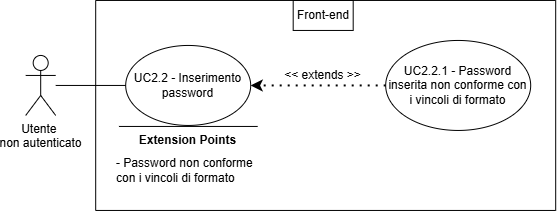
The draw.io diagram assets/diagrams/UC2_2.png in SkarabGroup/DocumentazioneProgetto, before a commit. Source tidied: cells renumbered, new cells last; positions are measured from the earlier drawing's top-left corner, leaving out a move shared by most shapes.
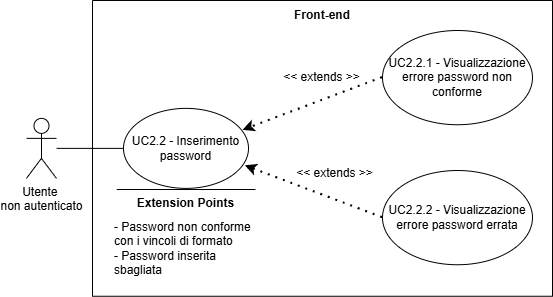
The same diagram one commit later.

The edit, as a diff of the source:
```diff
@@ -2,41 +2,50 @@
   <root>
     <mxCell id="0" />
     <mxCell id="1" parent="0" />
+    <mxCell id="13" style="swimlane;startSize=0;" parent="1" vertex="1">
+      <mxGeometry x="66.2" y="-62.9" width="460" height="295.8" as="geometry" />
+    </mxCell>
+    <mxCell id="14" value="UC2.2.1 - Visualizzazione errore password non conforme" style="ellipse;whiteSpace=wrap;html=1;" parent="13" vertex="1">
+      <mxGeometry x="290" y="30" width="150" height="94.2" as="geometry" />
+    </mxCell>
+    <mxCell id="15" style="endArrow=classic;dashed=1;html=1;dashPattern=1 3;strokeWidth=2;rounded=0;entryX=0.956;entryY=0.274;entryDx=0;entryDy=0;exitX=0;exitY=0.5;exitDx=0;exitDy=0;strokeColor=default;curved=0;endFill=1;endSize=6;entryPerimeter=0;" parent="13" edge="1" source="14" target="4">
+      <mxGeometry relative="1" as="geometry" />
+    </mxCell>
+    <mxCell id="16" value="&lt;div&gt;&amp;lt;&amp;lt; extends &amp;gt;&amp;gt;&lt;/div&gt;" style="text;html=1;whiteSpace=wrap;strokeColor=none;fillColor=none;align=center;verticalAlign=middle;rounded=0;" parent="13" vertex="1">
+      <mxGeometry x="182.5" y="62.1" width="95" height="30" as="geometry" />
+    </mxCell>
+    <mxCell id="11" value="Front-end" style="text;html=1;whiteSpace=wrap;strokeColor=none;fillColor=none;align=center;verticalAlign=middle;rounded=0;perimeterSpacing=1;fontStyle=1;" parent="13" vertex="1">
+      <mxGeometry x="200" width="60" height="30" as="geometry" />
+    </mxCell>
+    <mxCell id="4" value="UC2.2 - Inserimento password" style="ellipse;whiteSpace=wrap;html=1;" parent="13" vertex="1">
+      <mxGeometry x="31" y="107.9" width="125" height="80" as="geometry" />
+    </mxCell>
+    <mxCell id="17" value="UC2.2.2 - Visualizzazione errore password errata" style="ellipse;whiteSpace=wrap;html=1;" parent="13" vertex="1">
+      <mxGeometry x="290" y="170" width="150" height="94.2" as="geometry" />
+    </mxCell>
+    <mxCell id="18" style="endArrow=classic;dashed=1;html=1;dashPattern=1 3;strokeWidth=2;rounded=0;entryX=0.974;entryY=0.718;entryDx=0;entryDy=0;exitX=0;exitY=0.5;exitDx=0;exitDy=0;strokeColor=default;curved=0;endFill=1;endSize=6;entryPerimeter=0;" parent="13" edge="1" source="17" target="4">
+      <mxGeometry relative="1" as="geometry" />
+    </mxCell>
+    <mxCell id="19" value="&lt;div&gt;&amp;lt;&amp;lt; extends &amp;gt;&amp;gt;&lt;/div&gt;" style="text;html=1;whiteSpace=wrap;strokeColor=none;fillColor=none;align=center;verticalAlign=middle;rounded=0;" parent="13" vertex="1">
+      <mxGeometry x="195" y="157.9" width="95" height="30" as="geometry" />
+    </mxCell>
     <mxCell id="2" value="&lt;div&gt;Utente&amp;nbsp;&lt;/div&gt;&lt;div&gt;non autenticato&lt;/div&gt;" style="shape=umlActor;verticalLabelPosition=bottom;verticalAlign=top;html=1;outlineConnect=0;" parent="1" vertex="1">
       <mxGeometry x="0.2" y="55" width="30" height="60" as="geometry" />
     </mxCell>
-    <mxCell id="3" style="swimlane;startSize=0;" parent="1" vertex="1">
-      <mxGeometry x="70.2" width="460" height="210" as="geometry" />
-    </mxCell>
-    <mxCell id="4" value="&lt;div&gt;UC2.2 - Inserimento password&lt;/div&gt;" style="ellipse;whiteSpace=wrap;html=1;" parent="3" vertex="1">
-      <mxGeometry x="30" y="45" width="125" height="80" as="geometry" />
-    </mxCell>
-    <mxCell id="5" value="UC2.2.1 - Password inserita non conforme con i vincoli di formato" style="ellipse;whiteSpace=wrap;html=1;" parent="3" vertex="1">
-      <mxGeometry x="290" y="40" width="145" height="90" as="geometry" />
-    </mxCell>
-    <mxCell id="6" style="endArrow=classic;dashed=1;html=1;dashPattern=1 3;strokeWidth=2;rounded=0;entryX=1;entryY=0.5;entryDx=0;entryDy=0;strokeColor=default;curved=0;endFill=1;endSize=6;" parent="3" edge="1" source="5" target="4">
-      <mxGeometry relative="1" as="geometry" />
-    </mxCell>
-    <mxCell id="7" value="&lt;div&gt;&amp;lt;&amp;lt; extends &amp;gt;&amp;gt;&lt;/div&gt;" style="text;html=1;whiteSpace=wrap;strokeColor=none;fillColor=none;align=center;verticalAlign=middle;rounded=0;" parent="3" vertex="1">
-      <mxGeometry x="180" y="60" width="95" height="30" as="geometry" />
-    </mxCell>
-    <mxCell id="8" style="endArrow=none;html=1;rounded=0;" parent="3" edge="1">
-      <mxGeometry relative="1" as="geometry">
-        <mxPoint x="162" y="126" as="sourcePoint" />
-        <mxPoint x="23.2" y="126" as="targetPoint" />
-      </mxGeometry>
-    </mxCell>
+    <mxCell id="12" style="endArrow=none;html=1;rounded=0;entryX=0;entryY=0.5;entryDx=0;entryDy=0;" parent="1" edge="1" source="2" target="4">
+      <mxGeometry relative="1" as="geometry" />
+    </mxCell>
+    <mxCell id="20" style="endArrow=none;html=1;rounded=0;" parent="1" edge="1">
+      <mxGeometry relative="1" as="geometry">
+        <mxPoint x="229.2" y="126.1" as="sourcePoint" />
+        <mxPoint x="90.5" y="126.1" as="targetPoint" />
+      </mxGeometry>
+    </mxCell>
-    <mxCell id="9" value="&lt;b&gt;Extension Points&lt;/b&gt;" style="text;html=1;whiteSpace=wrap;strokeColor=none;fillColor=none;align=center;verticalAlign=middle;rounded=0;strokeWidth=5;" parent="3" vertex="1">
-      <mxGeometry x="35" y="125" width="115" height="30" as="geometry" />
+    <mxCell id="9" value="&lt;b&gt;Extension Points&lt;/b&gt;" style="text;html=1;whiteSpace=wrap;strokeColor=none;fillColor=none;align=center;verticalAlign=middle;rounded=0;strokeWidth=5;" parent="1" vertex="1">
+      <mxGeometry x="102.2" y="125.1" width="115" height="30" as="geometry" />
     </mxCell>
-    <mxCell id="10" value="&lt;div align=&quot;left&quot;&gt;- Password non conforme con i vincoli di formato&lt;/div&gt;" style="text;html=1;whiteSpace=wrap;strokeColor=none;fillColor=none;align=left;verticalAlign=middle;rounded=0;" parent="3" vertex="1">
-      <mxGeometry x="19" y="125" width="147" height="90" as="geometry" />
-    </mxCell>
-    <mxCell id="11" value="Front-end" style="text;html=1;whiteSpace=wrap;strokeColor=default;fillColor=none;align=center;verticalAlign=middle;rounded=0;perimeterSpacing=1;" parent="3" vertex="1">
-      <mxGeometry x="197.5" width="60" height="30" as="geometry" />
-    </mxCell>
-    <mxCell id="12" style="endArrow=none;html=1;rounded=0;entryX=0;entryY=0.5;entryDx=0;entryDy=0;" parent="1" edge="1" source="2" target="4">
-      <mxGeometry relative="1" as="geometry" />
-    </mxCell>
+    <mxCell id="21" value="&lt;div align=&quot;left&quot;&gt;- Password non conforme con i vincoli di formato&lt;/div&gt;&lt;div align=&quot;left&quot;&gt;- Password inserita sbagliata&lt;/div&gt;" style="text;html=1;whiteSpace=wrap;strokeColor=none;fillColor=none;align=left;verticalAlign=middle;rounded=0;" parent="1" vertex="1">
+      <mxGeometry x="86.2" y="140" width="147" height="90" as="geometry" />
+    </mxCell>
   </root>
 </mxGraphModel>
```
